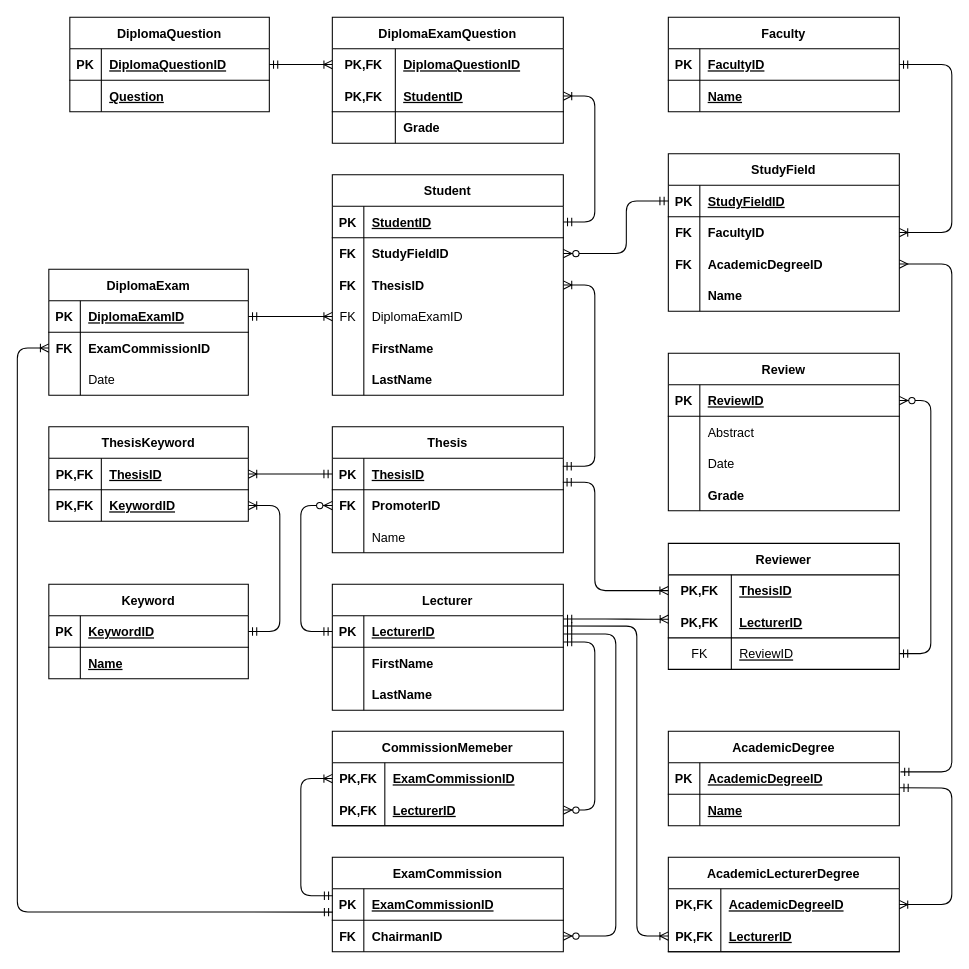
Earlier version of the draw.io diagram erd/ERD-diploma-thesis-service.drawio (dmarcini/diploma-thesis-service-database). Source tidied: cells renumbered, new cells numbered last; positions are measured from the earlier drawing's top-left corner, leaving out a move shared by most shapes. Both pictures are drawn from the tidied source at 105%, with x=0, y=0 at pixel (17, 17).
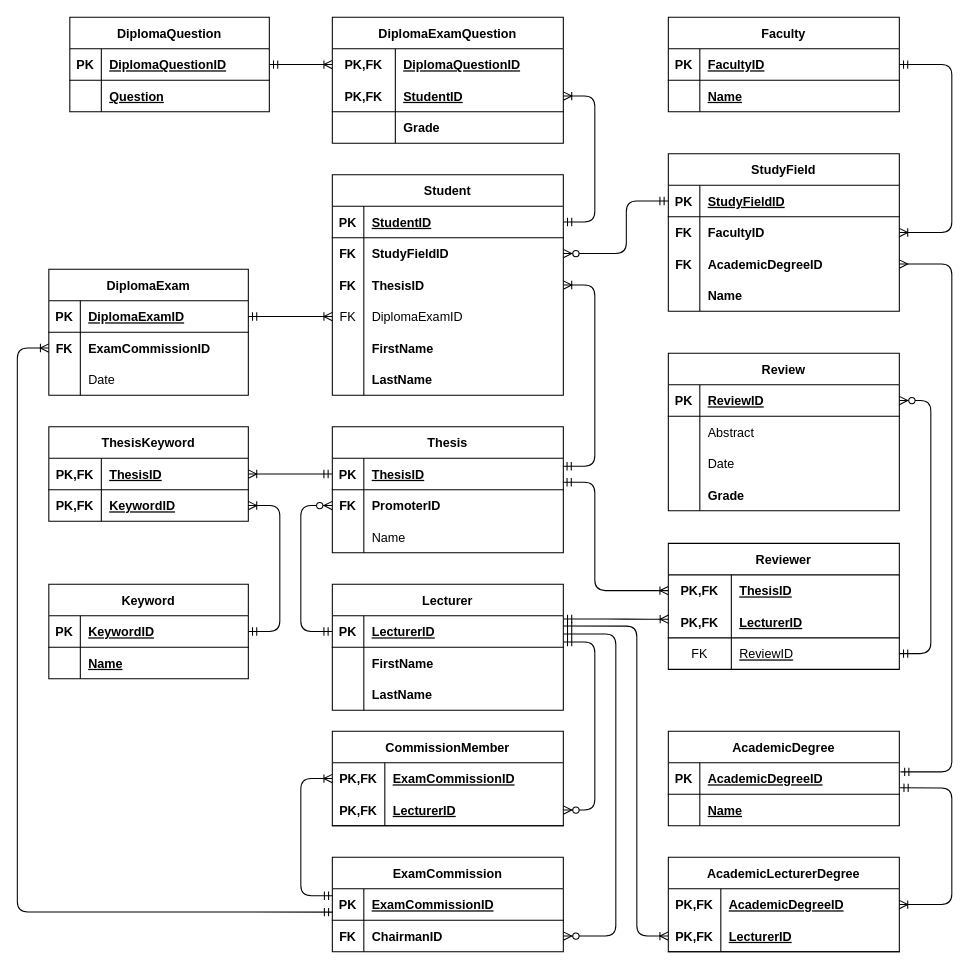
After the change.

Commit message (it also covers changes not shown here):
Fix ERD object name

Diff of the diagram source:
```diff
@@
-    <mxCell id="24" value="CommissionMemeber" style="shape=table;startSize=30;childLayout=tableLayout;rowLines=0;fontStyle=1;align=center;" parent="1" vertex="1">
+    <mxCell id="24" value="CommissionMember" style="shape=table;startSize=30;childLayout=tableLayout;rowLines=0;fontStyle=1;align=center;" parent="1" vertex="1">
       <mxGeometry x="300" y="680" width="220" height="90" as="geometry" />
     </mxCell>
```
